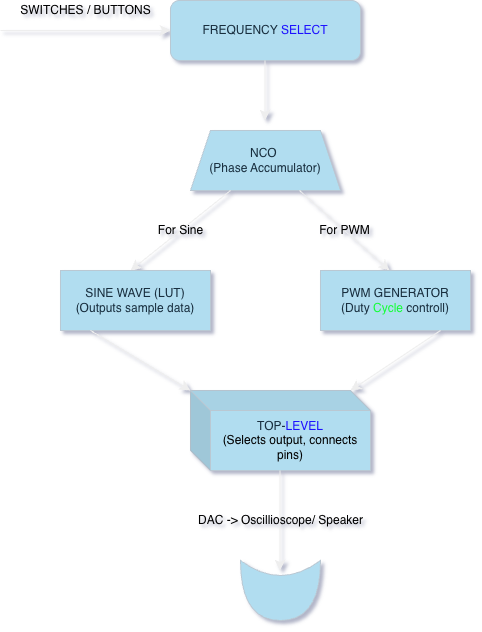
Before: Conceptual block diagram.png, a diagram exported from draw.io (Danny3ec/VHDL_Projects). Source tidied: cells renumbered, new cells last; positions are measured from the earlier drawing's top-left corner, leaving out a move shared by most shapes. Its diagram source:
```xml
<mxGraphModel shadow="1">
  <root>
    <mxCell id="0" />
    <mxCell id="1" parent="0" />
    <mxCell id="2" value="SWITCHES / BUTTONS" style="endArrow=classic;html=1;rounded=0;fontSize=12;startSize=8;endSize=8;curved=1;entryX=0;entryY=0.5;entryDx=0;entryDy=0;labelBackgroundColor=none;strokeColor=#EEEEEE;fontColor=default;" parent="1" edge="1" target="3">
      <mxGeometry y="20" relative="1" as="geometry">
        <mxPoint y="30" as="sourcePoint" />
      </mxGeometry>
    </mxCell>
    <mxCell id="3" value="FREQUENCY &lt;font style=&quot;color: rgb(29, 17, 255);&quot;&gt;S&lt;/font&gt;&lt;font style=&quot;color: rgb(29, 17, 255);&quot;&gt;ELECT&lt;/font&gt;" style="rounded=1;whiteSpace=wrap;html=1;labelBackgroundColor=none;fillColor=#B1DDF0;strokeColor=#BAC8D3;fontColor=#182E3E;" parent="1" vertex="1">
      <mxGeometry x="170" width="190" height="60" as="geometry" />
    </mxCell>
    <mxCell id="4" style="endArrow=classic;html=1;rounded=0;fontSize=12;startSize=8;endSize=8;curved=1;labelBackgroundColor=none;strokeColor=#EEEEEE;fontColor=default;" parent="1" edge="1">
      <mxGeometry relative="1" as="geometry">
        <mxPoint x="264.5" y="60" as="sourcePoint" />
        <mxPoint x="264.5" y="120" as="targetPoint" />
      </mxGeometry>
    </mxCell>
    <mxCell id="5" value="&lt;div&gt;&lt;br&gt;&lt;/div&gt;NCO&amp;nbsp;&lt;div&gt;(Phase Accumulator)&lt;div&gt;&lt;br&gt;&lt;/div&gt;&lt;/div&gt;" style="shape=trapezoid;perimeter=trapezoidPerimeter;whiteSpace=wrap;html=1;fixedSize=1;labelBackgroundColor=none;fillColor=#B1DDF0;strokeColor=#BAC8D3;fontColor=#182E3E;" parent="1" vertex="1">
      <mxGeometry x="190" y="130" width="150" height="60" as="geometry" />
    </mxCell>
    <mxCell id="6" value="For Sine" style="endArrow=classic;html=1;rounded=0;fontSize=12;startSize=8;endSize=8;curved=1;labelBackgroundColor=none;strokeColor=#EEEEEE;fontColor=default;" parent="1" edge="1">
      <mxGeometry relative="1" as="geometry">
        <mxPoint x="230" y="190" as="sourcePoint" />
        <mxPoint x="130" y="270" as="targetPoint" />
      </mxGeometry>
    </mxCell>
    <mxCell id="7" value="For PWM" style="endArrow=classic;html=1;rounded=0;fontSize=12;startSize=8;endSize=8;curved=1;labelBackgroundColor=none;strokeColor=#EEEEEE;fontColor=default;" parent="1" edge="1">
      <mxGeometry relative="1" as="geometry">
        <mxPoint x="299" y="190" as="sourcePoint" />
        <mxPoint x="389" y="270" as="targetPoint" />
      </mxGeometry>
    </mxCell>
    <mxCell id="8" value="SINE WAVE (LUT)&lt;div&gt;(Outputs sample data)&lt;/div&gt;" style="rounded=0;whiteSpace=wrap;html=1;labelBackgroundColor=none;fillColor=#B1DDF0;strokeColor=#BAC8D3;fontColor=#182E3E;" parent="1" vertex="1">
      <mxGeometry x="60" y="270" width="150" height="60" as="geometry" />
    </mxCell>
    <mxCell id="9" value="PWM GENERATOR&lt;div&gt;(Duty &lt;font style=&quot;color: rgb(29, 17, 255);&quot;&gt;&lt;font style=&quot;color: rgb(20, 255, 55);&quot;&gt;Cycle&lt;/font&gt; &lt;/font&gt;controll)&lt;/div&gt;" style="rounded=0;whiteSpace=wrap;html=1;labelBackgroundColor=none;fillColor=#B1DDF0;strokeColor=#BAC8D3;fontColor=#182E3E;" parent="1" vertex="1">
      <mxGeometry x="320" y="270" width="150" height="60" as="geometry" />
    </mxCell>
    <mxCell id="10" style="endArrow=classic;html=1;rounded=0;fontSize=12;startSize=8;endSize=8;curved=1;labelBackgroundColor=none;strokeColor=#EEEEEE;fontColor=default;" parent="1" edge="1">
      <mxGeometry relative="1" as="geometry">
        <mxPoint x="90" y="330" as="sourcePoint" />
        <mxPoint x="190" y="390" as="targetPoint" />
      </mxGeometry>
    </mxCell>
    <mxCell id="11" style="endArrow=classic;html=1;rounded=0;fontSize=12;startSize=8;endSize=8;curved=1;labelBackgroundColor=none;strokeColor=#EEEEEE;fontColor=default;" parent="1" edge="1">
      <mxGeometry relative="1" as="geometry">
        <mxPoint x="440" y="330" as="sourcePoint" />
        <mxPoint x="350" y="390" as="targetPoint" />
      </mxGeometry>
    </mxCell>
    <mxCell id="12" value="TOP-&lt;font style=&quot;color: rgb(29, 17, 255);&quot;&gt;LEVEL&lt;/font&gt;&lt;div&gt;&lt;font style=&quot;color: rgb(0, 0, 0);&quot;&gt;(Selects output, connects pins)&lt;/font&gt;&lt;/div&gt;" style="shape=cube;whiteSpace=wrap;html=1;boundedLbl=1;backgroundOutline=1;darkOpacity=0.05;darkOpacity2=0.1;labelBackgroundColor=none;fillColor=#B1DDF0;strokeColor=#BAC8D3;fontColor=#182E3E;" parent="1" vertex="1">
      <mxGeometry x="190" y="390" width="180" height="80" as="geometry" />
    </mxCell>
    <mxCell id="13" value="DAC -&amp;gt; Oscillioscope/ Speaker" style="endArrow=classic;html=1;rounded=0;fontSize=12;startSize=8;endSize=8;curved=1;labelBackgroundColor=none;strokeColor=#EEEEEE;fontColor=default;" parent="1" edge="1">
      <mxGeometry relative="1" as="geometry">
        <mxPoint x="279.5" y="470" as="sourcePoint" />
        <mxPoint x="279.5" y="570" as="targetPoint" />
      </mxGeometry>
    </mxCell>
    <mxCell id="14" style="shape=xor;whiteSpace=wrap;html=1;rotation=90;labelBackgroundColor=none;fillColor=#B1DDF0;strokeColor=#BAC8D3;fontColor=#182E3E;" parent="1" vertex="1">
      <mxGeometry x="250" y="550" width="60" height="80" as="geometry" />
    </mxCell>
  </root>
</mxGraphModel>
```
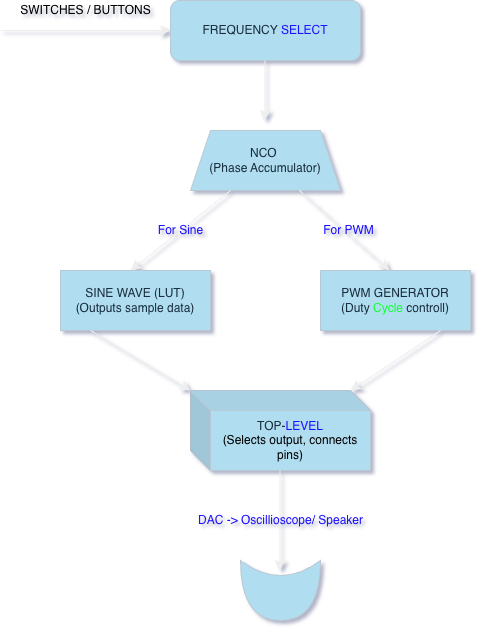
After the commit.

Diff of the diagram source:
```diff
@@ -19,14 +19,14 @@
     <mxCell id="5" value="&lt;div&gt;&lt;br&gt;&lt;/div&gt;NCO&amp;nbsp;&lt;div&gt;(Phase Accumulator)&lt;div&gt;&lt;br&gt;&lt;/div&gt;&lt;/div&gt;" style="shape=trapezoid;perimeter=trapezoidPerimeter;whiteSpace=wrap;html=1;fixedSize=1;labelBackgroundColor=none;fillColor=#B1DDF0;strokeColor=#BAC8D3;fontColor=#182E3E;" parent="1" vertex="1">
       <mxGeometry x="190" y="130" width="150" height="60" as="geometry" />
     </mxCell>
-    <mxCell id="6" value="For Sine" style="endArrow=classic;html=1;rounded=0;fontSize=12;startSize=8;endSize=8;curved=1;labelBackgroundColor=none;strokeColor=#EEEEEE;fontColor=default;" parent="1" edge="1">
+    <mxCell id="6" value="&lt;font style=&quot;color: rgb(29, 17, 255);&quot;&gt;For Sine&lt;/font&gt;" style="endArrow=classic;html=1;rounded=0;fontSize=12;startSize=8;endSize=8;curved=1;labelBackgroundColor=none;strokeColor=#EEEEEE;fontColor=default;" parent="1" edge="1">
       <mxGeometry relative="1" as="geometry">
         <mxPoint x="230" y="190" as="sourcePoint" />
         <mxPoint x="130" y="270" as="targetPoint" />
       </mxGeometry>
     </mxCell>
-    <mxCell id="7" value="For PWM" style="endArrow=classic;html=1;rounded=0;fontSize=12;startSize=8;endSize=8;curved=1;labelBackgroundColor=none;strokeColor=#EEEEEE;fontColor=default;" parent="1" edge="1">
-      <mxGeometry relative="1" as="geometry">
+    <mxCell id="7" value="&lt;font style=&quot;color: rgb(29, 17, 255);&quot;&gt;For PWM&lt;/font&gt;" style="endArrow=classic;html=1;rounded=0;fontSize=12;startSize=8;endSize=8;curved=1;labelBackgroundColor=none;strokeColor=#EEEEEE;fontColor=default;" parent="1" edge="1">
+      <mxGeometry x="0.05" y="3" relative="1" as="geometry">
         <mxPoint x="299" y="190" as="sourcePoint" />
         <mxPoint x="389" y="270" as="targetPoint" />
       </mxGeometry>
@@ -52,7 +52,7 @@
     <mxCell id="12" value="TOP-&lt;font style=&quot;color: rgb(29, 17, 255);&quot;&gt;LEVEL&lt;/font&gt;&lt;div&gt;&lt;font style=&quot;color: rgb(0, 0, 0);&quot;&gt;(Selects output, connects pins)&lt;/font&gt;&lt;/div&gt;" style="shape=cube;whiteSpace=wrap;html=1;boundedLbl=1;backgroundOutline=1;darkOpacity=0.05;darkOpacity2=0.1;labelBackgroundColor=none;fillColor=#B1DDF0;strokeColor=#BAC8D3;fontColor=#182E3E;" parent="1" vertex="1">
       <mxGeometry x="190" y="390" width="180" height="80" as="geometry" />
     </mxCell>
-    <mxCell id="13" value="DAC -&amp;gt; Oscillioscope/ Speaker" style="endArrow=classic;html=1;rounded=0;fontSize=12;startSize=8;endSize=8;curved=1;labelBackgroundColor=none;strokeColor=#EEEEEE;fontColor=default;" parent="1" edge="1">
+    <mxCell id="13" value="&lt;font style=&quot;color: rgb(29, 17, 255);&quot;&gt;DAC -&amp;gt; Oscillioscope/ Speaker&lt;/font&gt;" style="endArrow=classic;html=1;rounded=0;fontSize=12;startSize=8;endSize=8;curved=1;labelBackgroundColor=none;strokeColor=#EEEEEE;fontColor=default;" parent="1" edge="1">
       <mxGeometry relative="1" as="geometry">
         <mxPoint x="279.5" y="470" as="sourcePoint" />
         <mxPoint x="279.5" y="570" as="targetPoint" />
```
